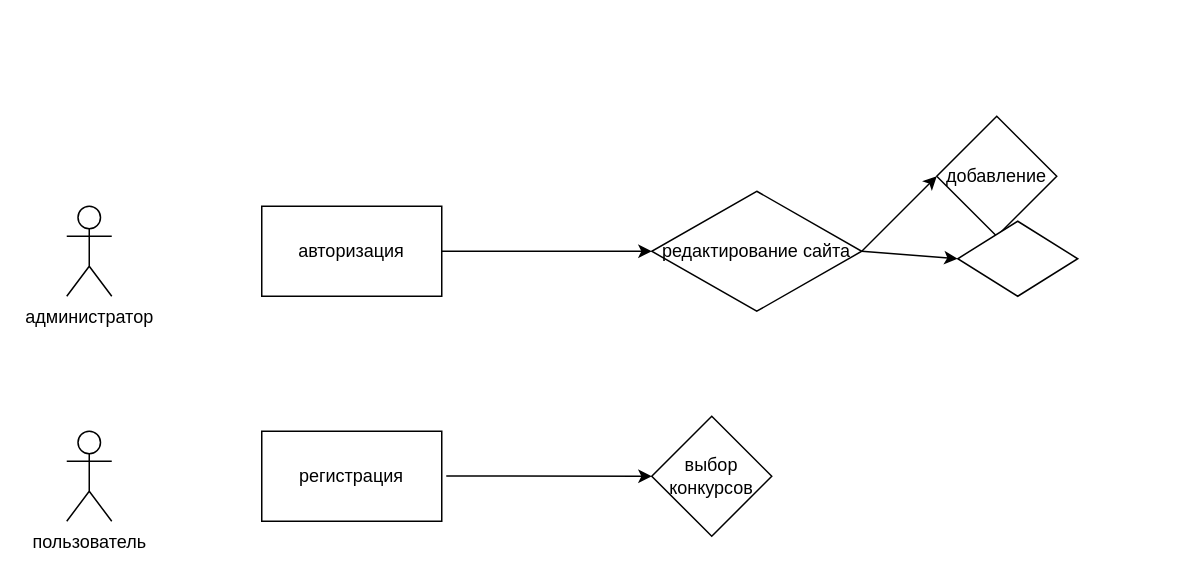
Before: lbgkjv.drawio in Danila7926/Algoritmkukushkin, a draw.io diagram. Source tidied: cells renumbered, new cells numbered last; positions are measured from the earlier drawing's top-left corner, leaving out a move shared by most shapes. Both pictures are drawn from the tidied source at 150%, with x=0, y=0 at pixel (66, 116).
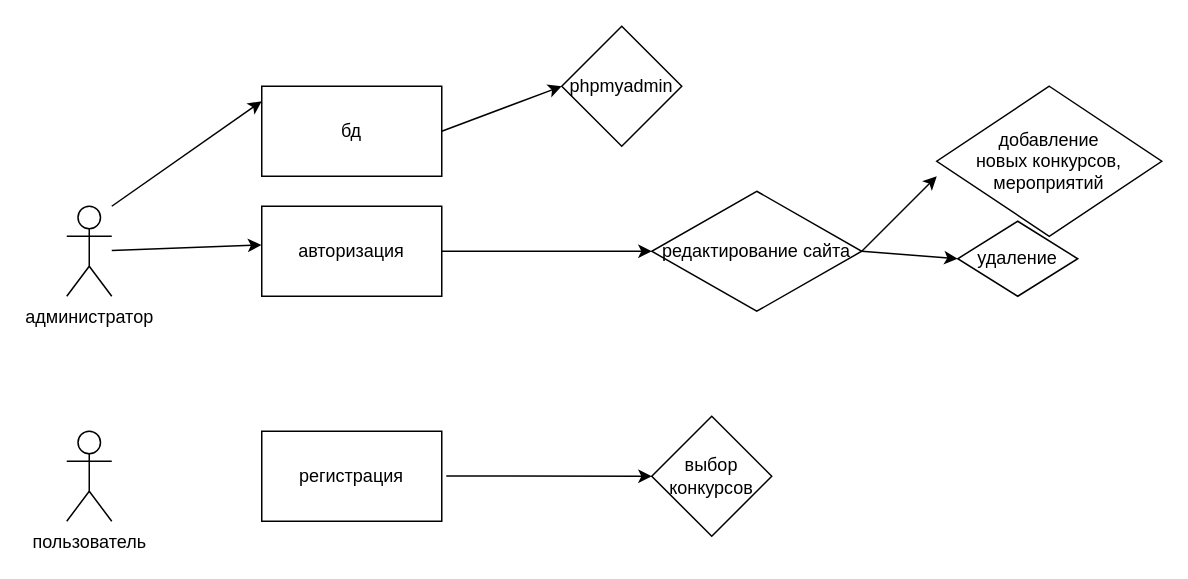
The same diagram, later.

Unchanged cells that the change refers to:
```xml
<mxCell id="3" value="авторизация" style="rounded=0;whiteSpace=wrap;html=1;" parent="1" vertex="1">
  <mxGeometry x="130" y="60" width="120" height="60" as="geometry" />
</mxCell>
<mxCell id="5" value="администратор" style="shape=umlActor;verticalLabelPosition=bottom;verticalAlign=top;html=1;outlineConnect=0;" parent="1" vertex="1">
  <mxGeometry y="60" width="30" height="60" as="geometry" />
</mxCell>
```

Change to the diagram source:
```diff
@@
-    <mxCell id="11" value="добавление" style="rhombus;whiteSpace=wrap;html=1;" parent="1" vertex="1">
-      <mxGeometry x="580" width="80" height="80" as="geometry" />
+    <mxCell id="11" value="добавление&lt;div&gt;новых конкурсов, мероприятий&lt;/div&gt;" style="rhombus;whiteSpace=wrap;html=1;" parent="1" vertex="1">
+      <mxGeometry x="580" y="-20" width="150" height="100" as="geometry" />
     </mxCell>
@@
-    <mxCell id="13" style="rhombus;whiteSpace=wrap;html=1;" parent="1" vertex="1">
+    <mxCell id="13" value="удаление" style="rhombus;whiteSpace=wrap;html=1;" parent="1" vertex="1">
       <mxGeometry x="594" y="70" width="80" height="50" as="geometry" />
     </mxCell>
@@
+    <mxCell id="15" style="endArrow=classic;html=1;rounded=0;entryX=-0.002;entryY=0.43;entryDx=0;entryDy=0;entryPerimeter=0;" parent="1" edge="1" source="5" target="3">
+      <mxGeometry relative="1" as="geometry" />
+    </mxCell>
+    <mxCell id="16" style="endArrow=classic;html=1;rounded=0;" parent="1" edge="1">
+      <mxGeometry relative="1" as="geometry">
+        <mxPoint x="30" y="60" as="sourcePoint" />
+        <mxPoint x="130" y="-10" as="targetPoint" />
+      </mxGeometry>
+    </mxCell>
+    <mxCell id="17" value="бд" style="rounded=0;whiteSpace=wrap;html=1;" parent="1" vertex="1">
+      <mxGeometry x="130" y="-20" width="120" height="60" as="geometry" />
+    </mxCell>
+    <mxCell id="18" style="endArrow=classic;html=1;rounded=0;" parent="1" edge="1">
+      <mxGeometry relative="1" as="geometry">
+        <mxPoint x="250" y="10" as="sourcePoint" />
+        <mxPoint x="330" y="-20" as="targetPoint" />
+      </mxGeometry>
+    </mxCell>
+    <mxCell id="19" value="phpmyadmin" style="rhombus;whiteSpace=wrap;html=1;" parent="1" vertex="1">
+      <mxGeometry x="330" y="-60" width="80" height="80" as="geometry" />
+    </mxCell>
```
